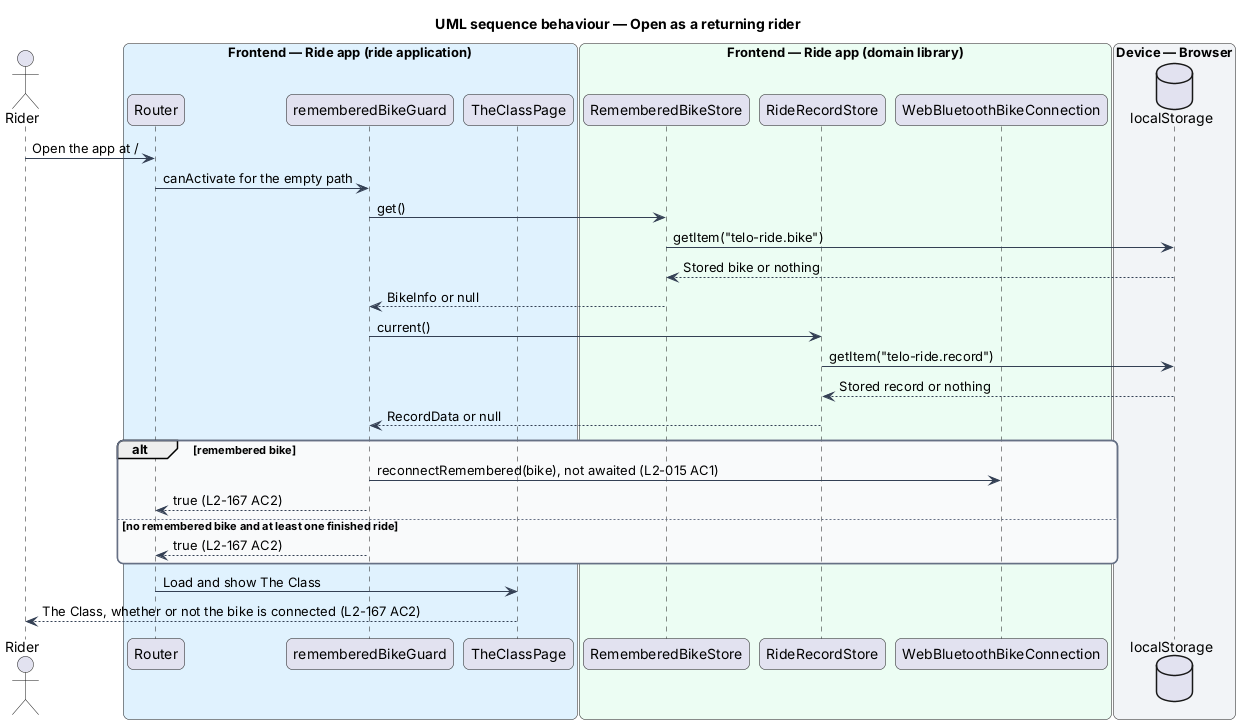
This is docs/detailed-designs/the-class/open-the-app/diagrams/sequence-open-as-a-returning-rider.png from QuinntyneBrown/ride-one, a PlantUML export, as it was before one commit. Its diagram source:
```plantuml
@startuml
title UML sequence behaviour — Open as a returning rider
skinparam backgroundColor #FFFFFF
skinparam shadowing false
skinparam roundcorner 12
skinparam defaultFontName Arial
skinparam ArrowColor #344054
skinparam rectangle {
  BorderColor #344054
  FontColor #101828
}
skinparam package {
  BorderColor #667085
  FontColor #101828
  BackgroundColor #F9FAFB
}
actor "Rider" as rider
box "Frontend — Ride app (ride application)" #E0F2FE
  participant "Router" as router
  participant "rememberedBikeGuard" as guard
  participant "TheClassPage" as page
end box
box "Frontend — Ride app (domain library)" #ECFDF3
  participant "RememberedBikeStore" as bikes
  participant "RideRecordStore" as record
  participant "WebBluetoothBikeConnection" as connection
end box
box "Device — Browser" #F2F4F7
  database "localStorage" as storage
end box
rider -> router : Open the app at /
router -> guard : canActivate for the empty path
guard -> bikes : get()
bikes -> storage : getItem("telo-ride.bike")
storage --> bikes : Stored bike or nothing
bikes --> guard : BikeInfo or null
guard -> record : current()
record -> storage : getItem("telo-ride.record")
storage --> record : Stored record or nothing
record --> guard : RecordData or null
alt remembered bike
  guard -> connection : reconnectRemembered(bike), not awaited (L2-015 AC1)
  guard --> router : true (L2-167 AC2)
else no remembered bike and at least one finished ride
  guard --> router : true (L2-167 AC2)
end
router -> page : Load and show The Class
page --> rider : The Class, whether or not the bike is connected (L2-167 AC2)
@enduml
```
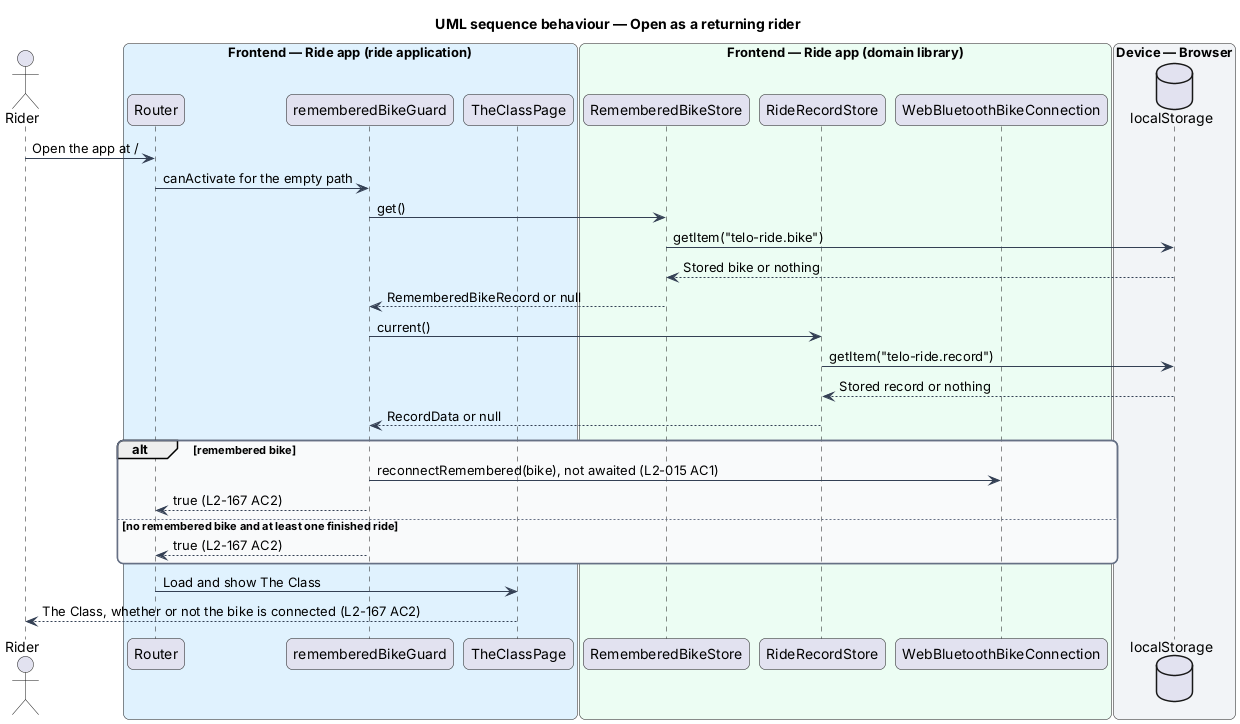
Above is the later version.

What changed in the source:
```diff
@@ -33,7 +33,7 @@
 guard -> bikes : get()
 bikes -> storage : getItem("telo-ride.bike")
 storage --> bikes : Stored bike or nothing
-bikes --> guard : BikeInfo or null
+bikes --> guard : RememberedBikeRecord or null
 guard -> record : current()
 record -> storage : getItem("telo-ride.record")
 storage --> record : Stored record or nothing
```
